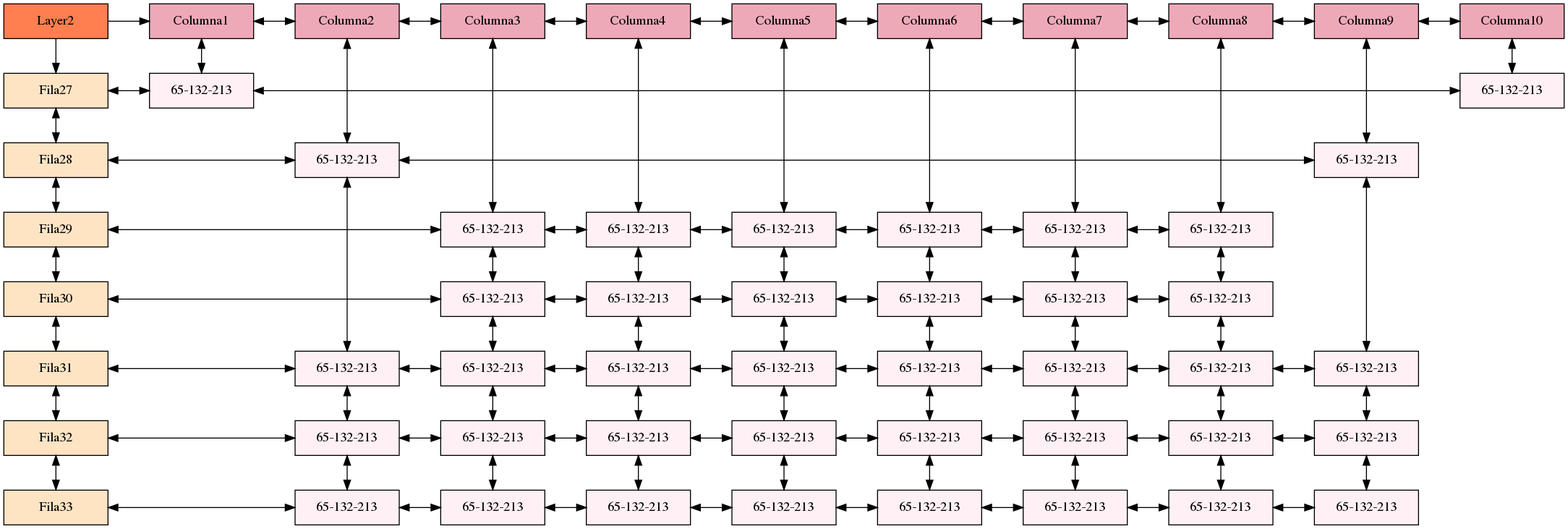
Above: Matrix_minionLayer2.png in JPineda12/EDD_2S2019_PY1_201404405 (Graphviz), before the change. Its source is kept beside it as Matrix_minionLayer2.dot.
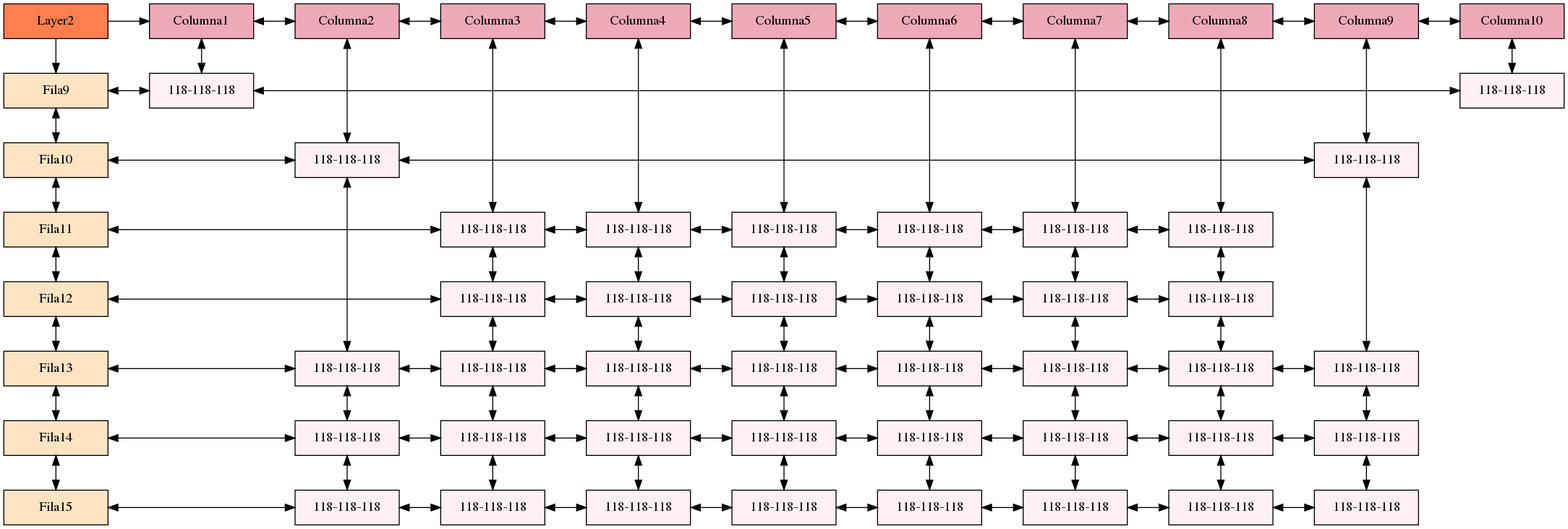
Later version of the same file.

Change to the diagram source:
```diff
@@ -4,20 +4,20 @@
 /* Group 0 para alinear verticalmente RAIZ*/
 Layer2[ label = "Layer2", width = 1.5, style = filled, fillcolor = coral, group = 0 ];
 
-Fila27 [label = "Fila27" width = 1.5 style = filled, fillcolor = bisque1, group = 0 ];
-Fila28 [label = "Fila28" width = 1.5 style = filled, fillcolor = bisque1, group = 0 ];
-Fila29 [label = "Fila29" width = 1.5 style = filled, fillcolor = bisque1, group = 0 ];
-Fila30 [label = "Fila30" width = 1.5 style = filled, fillcolor = bisque1, group = 0 ];
-Fila31 [label = "Fila31" width = 1.5 style = filled, fillcolor = bisque1, group = 0 ];
-Fila32 [label = "Fila32" width = 1.5 style = filled, fillcolor = bisque1, group = 0 ];
-Fila33 [label = "Fila33" width = 1.5 style = filled, fillcolor = bisque1, group = 0 ];
+Fila9 [label = "Fila9" width = 1.5 style = filled, fillcolor = bisque1, group = 0 ];
+Fila10 [label = "Fila10" width = 1.5 style = filled, fillcolor = bisque1, group = 0 ];
+Fila11 [label = "Fila11" width = 1.5 style = filled, fillcolor = bisque1, group = 0 ];
+Fila12 [label = "Fila12" width = 1.5 style = filled, fillcolor = bisque1, group = 0 ];
+Fila13 [label = "Fila13" width = 1.5 style = filled, fillcolor = bisque1, group = 0 ];
+Fila14 [label = "Fila14" width = 1.5 style = filled, fillcolor = bisque1, group = 0 ];
+Fila15 [label = "Fila15" width = 1.5 style = filled, fillcolor = bisque1, group = 0 ];
 
-Fila27->Fila28 [dir = both];
-Fila28->Fila29 [dir = both];
-Fila29->Fila30 [dir = both];
-Fila30->Fila31 [dir = both];
-Fila31->Fila32 [dir = both];
-Fila32->Fila33 [dir = both];
+Fila9->Fila10 [dir = both];
+Fila10->Fila11 [dir = both];
+Fila11->Fila12 [dir = both];
+Fila12->Fila13 [dir = both];
+Fila13->Fila14 [dir = both];
+Fila14->Fila15 [dir = both];
 
 Column1[label = "Columna1" width = 1.5 style = filled, fillcolor = pink2, group = 2];
 Column2[label = "Columna2" width = 1.5 style = filled, fillcolor = pink2, group = 3];
@@ -43,148 +43,148 @@
 {rank = same; Layer2; Column1;  Column2;  Column3;  Column4;  Column5;  Column6;  Column7;  Column8;  Column9;  Column10; };
 
 Layer2->Column1;
-Layer2->Fila27;
+Layer2->Fila9;
 
-N1_F27 [label = "65-132-213" width = 1.5 group = 2 style = filled, fillcolor = lavenderblush1];
-N10_F27 [label = "65-132-213" width = 1.5 group = 11 style = filled, fillcolor = lavenderblush1];
+N1_F9 [label = "118-118-118" width = 1.5 group = 2 style = filled, fillcolor = lavenderblush1];
+N10_F9 [label = "118-118-118" width = 1.5 group = 11 style = filled, fillcolor = lavenderblush1];
 
-N2_F28 [label = "65-132-213" width = 1.5 group = 3 style = filled, fillcolor = lavenderblush1];
-N9_F28 [label = "65-132-213" width = 1.5 group = 10 style = filled, fillcolor = lavenderblush1];
+N2_F10 [label = "118-118-118" width = 1.5 group = 3 style = filled, fillcolor = lavenderblush1];
+N9_F10 [label = "118-118-118" width = 1.5 group = 10 style = filled, fillcolor = lavenderblush1];
 
-N3_F29 [label = "65-132-213" width = 1.5 group = 4 style = filled, fillcolor = lavenderblush1];
-N4_F29 [label = "65-132-213" width = 1.5 group = 5 style = filled, fillcolor = lavenderblush1];
-N5_F29 [label = "65-132-213" width = 1.5 group = 6 style = filled, fillcolor = lavenderblush1];
-N6_F29 [label = "65-132-213" width = 1.5 group = 7 style = filled, fillcolor = lavenderblush1];
-N7_F29 [label = "65-132-213" width = 1.5 group = 8 style = filled, fillcolor = lavenderblush1];
-N8_F29 [label = "65-132-213" width = 1.5 group = 9 style = filled, fillcolor = lavenderblush1];
+N3_F11 [label = "118-118-118" width = 1.5 group = 4 style = filled, fillcolor = lavenderblush1];
+N4_F11 [label = "118-118-118" width = 1.5 group = 5 style = filled, fillcolor = lavenderblush1];
+N5_F11 [label = "118-118-118" width = 1.5 group = 6 style = filled, fillcolor = lavenderblush1];
+N6_F11 [label = "118-118-118" width = 1.5 group = 7 style = filled, fillcolor = lavenderblush1];
+N7_F11 [label = "118-118-118" width = 1.5 group = 8 style = filled, fillcolor = lavenderblush1];
+N8_F11 [label = "118-118-118" width = 1.5 group = 9 style = filled, fillcolor = lavenderblush1];
 
-N3_F30 [label = "65-132-213" width = 1.5 group = 4 style = filled, fillcolor = lavenderblush1];
-N4_F30 [label = "65-132-213" width = 1.5 group = 5 style = filled, fillcolor = lavenderblush1];
-N5_F30 [label = "65-132-213" width = 1.5 group = 6 style = filled, fillcolor = lavenderblush1];
-N6_F30 [label = "65-132-213" width = 1.5 group = 7 style = filled, fillcolor = lavenderblush1];
-N7_F30 [label = "65-132-213" width = 1.5 group = 8 style = filled, fillcolor = lavenderblush1];
-N8_F30 [label = "65-132-213" width = 1.5 group = 9 style = filled, fillcolor = lavenderblush1];
+N3_F12 [label = "118-118-118" width = 1.5 group = 4 style = filled, fillcolor = lavenderblush1];
+N4_F12 [label = "118-118-118" width = 1.5 group = 5 style = filled, fillcolor = lavenderblush1];
+N5_F12 [label = "118-118-118" width = 1.5 group = 6 style = filled, fillcolor = lavenderblush1];
+N6_F12 [label = "118-118-118" width = 1.5 group = 7 style = filled, fillcolor = lavenderblush1];
+N7_F12 [label = "118-118-118" width = 1.5 group = 8 style = filled, fillcolor = lavenderblush1];
+N8_F12 [label = "118-118-118" width = 1.5 group = 9 style = filled, fillcolor = lavenderblush1];
 
-N2_F31 [label = "65-132-213" width = 1.5 group = 3 style = filled, fillcolor = lavenderblush1];
-N3_F31 [label = "65-132-213" width = 1.5 group = 4 style = filled, fillcolor = lavenderblush1];
-N4_F31 [label = "65-132-213" width = 1.5 group = 5 style = filled, fillcolor = lavenderblush1];
-N5_F31 [label = "65-132-213" width = 1.5 group = 6 style = filled, fillcolor = lavenderblush1];
-N6_F31 [label = "65-132-213" width = 1.5 group = 7 style = filled, fillcolor = lavenderblush1];
-N7_F31 [label = "65-132-213" width = 1.5 group = 8 style = filled, fillcolor = lavenderblush1];
-N8_F31 [label = "65-132-213" width = 1.5 group = 9 style = filled, fillcolor = lavenderblush1];
-N9_F31 [label = "65-132-213" width = 1.5 group = 10 style = filled, fillcolor = lavenderblush1];
+N2_F13 [label = "118-118-118" width = 1.5 group = 3 style = filled, fillcolor = lavenderblush1];
+N3_F13 [label = "118-118-118" width = 1.5 group = 4 style = filled, fillcolor = lavenderblush1];
+N4_F13 [label = "118-118-118" width = 1.5 group = 5 style = filled, fillcolor = lavenderblush1];
+N5_F13 [label = "118-118-118" width = 1.5 group = 6 style = filled, fillcolor = lavenderblush1];
+N6_F13 [label = "118-118-118" width = 1.5 group = 7 style = filled, fillcolor = lavenderblush1];
+N7_F13 [label = "118-118-118" width = 1.5 group = 8 style = filled, fillcolor = lavenderblush1];
+N8_F13 [label = "118-118-118" width = 1.5 group = 9 style = filled, fillcolor = lavenderblush1];
+N9_F13 [label = "118-118-118" width = 1.5 group = 10 style = filled, fillcolor = lavenderblush1];
 
-N2_F32 [label = "65-132-213" width = 1.5 group = 3 style = filled, fillcolor = lavenderblush1];
-N3_F32 [label = "65-132-213" width = 1.5 group = 4 style = filled, fillcolor = lavenderblush1];
-N4_F32 [label = "65-132-213" width = 1.5 group = 5 style = filled, fillcolor = lavenderblush1];
-N5_F32 [label = "65-132-213" width = 1.5 group = 6 style = filled, fillcolor = lavenderblush1];
-N6_F32 [label = "65-132-213" width = 1.5 group = 7 style = filled, fillcolor = lavenderblush1];
-N7_F32 [label = "65-132-213" width = 1.5 group = 8 style = filled, fillcolor = lavenderblush1];
-N8_F32 [label = "65-132-213" width = 1.5 group = 9 style = filled, fillcolor = lavenderblush1];
-N9_F32 [label = "65-132-213" width = 1.5 group = 10 style = filled, fillcolor = lavenderblush1];
+N2_F14 [label = "118-118-118" width = 1.5 group = 3 style = filled, fillcolor = lavenderblush1];
+N3_F14 [label = "118-118-118" width = 1.5 group = 4 style = filled, fillcolor = lavenderblush1];
+N4_F14 [label = "118-118-118" width = 1.5 group = 5 style = filled, fillcolor = lavenderblush1];
+N5_F14 [label = "118-118-118" width = 1.5 group = 6 style = filled, fillcolor = lavenderblush1];
+N6_F14 [label = "118-118-118" width = 1.5 group = 7 style = filled, fillcolor = lavenderblush1];
+N7_F14 [label = "118-118-118" width = 1.5 group = 8 style = filled, fillcolor = lavenderblush1];
+N8_F14 [label = "118-118-118" width = 1.5 group = 9 style = filled, fillcolor = lavenderblush1];
+N9_F14 [label = "118-118-118" width = 1.5 group = 10 style = filled, fillcolor = lavenderblush1];
 
-N2_F33 [label = "65-132-213" width = 1.5 group = 3 style = filled, fillcolor = lavenderblush1];
-N3_F33 [label = "65-132-213" width = 1.5 group = 4 style = filled, fillcolor = lavenderblush1];
-N4_F33 [label = "65-132-213" width = 1.5 group = 5 style = filled, fillcolor = lavenderblush1];
-N5_F33 [label = "65-132-213" width = 1.5 group = 6 style = filled, fillcolor = lavenderblush1];
-N6_F33 [label = "65-132-213" width = 1.5 group = 7 style = filled, fillcolor = lavenderblush1];
-N7_F33 [label = "65-132-213" width = 1.5 group = 8 style = filled, fillcolor = lavenderblush1];
-N8_F33 [label = "65-132-213" width = 1.5 group = 9 style = filled, fillcolor = lavenderblush1];
-N9_F33 [label = "65-132-213" width = 1.5 group = 10 style = filled, fillcolor = lavenderblush1];
+N2_F15 [label = "118-118-118" width = 1.5 group = 3 style = filled, fillcolor = lavenderblush1];
+N3_F15 [label = "118-118-118" width = 1.5 group = 4 style = filled, fillcolor = lavenderblush1];
+N4_F15 [label = "118-118-118" width = 1.5 group = 5 style = filled, fillcolor = lavenderblush1];
+N5_F15 [label = "118-118-118" width = 1.5 group = 6 style = filled, fillcolor = lavenderblush1];
+N6_F15 [label = "118-118-118" width = 1.5 group = 7 style = filled, fillcolor = lavenderblush1];
+N7_F15 [label = "118-118-118" width = 1.5 group = 8 style = filled, fillcolor = lavenderblush1];
+N8_F15 [label = "118-118-118" width = 1.5 group = 9 style = filled, fillcolor = lavenderblush1];
+N9_F15 [label = "118-118-118" width = 1.5 group = 10 style = filled, fillcolor = lavenderblush1];
 
 
-Column1->N1_F27 [dir = both];
-Fila27->N1_F27 [dir = both];
-N1_F27->N10_F27 [dir = both];
-Column10->N10_F27 [dir = both];
-{rank = same; Fila27; N1_F27; N10_F27;  };
+Column1->N1_F9 [dir = both];
+Fila9->N1_F9 [dir = both];
+N1_F9->N10_F9 [dir = both];
+Column10->N10_F9 [dir = both];
+{rank = same; Fila9; N1_F9; N10_F9;  };
 
-Column2->N2_F28 [dir = both];
-Fila28->N2_F28 [dir = both];
-N2_F28->N9_F28 [dir = both];
-Column9->N9_F28 [dir = both];
-{rank = same; Fila28; N2_F28; N9_F28;  };
+Column2->N2_F10 [dir = both];
+Fila10->N2_F10 [dir = both];
+N2_F10->N9_F10 [dir = both];
+Column9->N9_F10 [dir = both];
+{rank = same; Fila10; N2_F10; N9_F10;  };
 
-Column3->N3_F29 [dir = both];
-Fila29->N3_F29 [dir = both];
-N3_F29->N4_F29 [dir = both];
-Column4->N4_F29 [dir = both];
-N4_F29->N5_F29 [dir = both];
-Column5->N5_F29 [dir = both];
-N5_F29->N6_F29 [dir = both];
-Column6->N6_F29 [dir = both];
-N6_F29->N7_F29 [dir = both];
-Column7->N7_F29 [dir = both];
-N7_F29->N8_F29 [dir = both];
-Column8->N8_F29 [dir = both];
-{rank = same; Fila29; N3_F29; N4_F29; N5_F29; N6_F29; N7_F29; N8_F29;  };
+Column3->N3_F11 [dir = both];
+Fila11->N3_F11 [dir = both];
+N3_F11->N4_F11 [dir = both];
+Column4->N4_F11 [dir = both];
+N4_F11->N5_F11 [dir = both];
+Column5->N5_F11 [dir = both];
+N5_F11->N6_F11 [dir = both];
+Column6->N6_F11 [dir = both];
+N6_F11->N7_F11 [dir = both];
+Column7->N7_F11 [dir = both];
+N7_F11->N8_F11 [dir = both];
+Column8->N8_F11 [dir = both];
+{rank = same; Fila11; N3_F11; N4_F11; N5_F11; N6_F11; N7_F11; N8_F11;  };
 
-N3_F30->N3_F29 [dir = both];
-Fila30->N3_F30 [dir = both];
-N3_F30->N4_F30 [dir = both];
-N4_F30->N4_F29 [dir = both];
-N4_F30->N5_F30 [dir = both];
-N5_F30->N5_F29 [dir = both];
-N5_F30->N6_F30 [dir = both];
-N6_F30->N6_F29 [dir = both];
-N6_F30->N7_F30 [dir = both];
-N7_F30->N7_F29 [dir = both];
-N7_F30->N8_F30 [dir = both];
-N8_F30->N8_F29 [dir = both];
-{rank = same; Fila30; N3_F30; N4_F30; N5_F30; N6_F30; N7_F30; N8_F30;  };
+N3_F12->N3_F11 [dir = both];
+Fila12->N3_F12 [dir = both];
+N3_F12->N4_F12 [dir = both];
+N4_F12->N4_F11 [dir = both];
+N4_F12->N5_F12 [dir = both];
+N5_F12->N5_F11 [dir = both];
+N5_F12->N6_F12 [dir = both];
+N6_F12->N6_F11 [dir = both];
+N6_F12->N7_F12 [dir = both];
+N7_F12->N7_F11 [dir = both];
+N7_F12->N8_F12 [dir = both];
+N8_F12->N8_F11 [dir = both];
+{rank = same; Fila12; N3_F12; N4_F12; N5_F12; N6_F12; N7_F12; N8_F12;  };
 
-N2_F31->N2_F28 [dir = both];
-Fila31->N2_F31 [dir = both];
-N2_F31->N3_F31 [dir = both];
-N3_F31->N3_F30 [dir = both];
-N3_F31->N4_F31 [dir = both];
-N4_F31->N4_F30 [dir = both];
-N4_F31->N5_F31 [dir = both];
-N5_F31->N5_F30 [dir = both];
-N5_F31->N6_F31 [dir = both];
-N6_F31->N6_F30 [dir = both];
-N6_F31->N7_F31 [dir = both];
-N7_F31->N7_F30 [dir = both];
-N7_F31->N8_F31 [dir = both];
-N8_F31->N8_F30 [dir = both];
-N8_F31->N9_F31 [dir = both];
-N9_F31->N9_F28 [dir = both];
-{rank = same; Fila31; N2_F31; N3_F31; N4_F31; N5_F31; N6_F31; N7_F31; N8_F31; N9_F31;  };
+N2_F13->N2_F10 [dir = both];
+Fila13->N2_F13 [dir = both];
+N2_F13->N3_F13 [dir = both];
+N3_F13->N3_F12 [dir = both];
+N3_F13->N4_F13 [dir = both];
+N4_F13->N4_F12 [dir = both];
+N4_F13->N5_F13 [dir = both];
+N5_F13->N5_F12 [dir = both];
+N5_F13->N6_F13 [dir = both];
+N6_F13->N6_F12 [dir = both];
+N6_F13->N7_F13 [dir = both];
+N7_F13->N7_F12 [dir = both];
+N7_F13->N8_F13 [dir = both];
+N8_F13->N8_F12 [dir = both];
+N8_F13->N9_F13 [dir = both];
+N9_F13->N9_F10 [dir = both];
+{rank = same; Fila13; N2_F13; N3_F13; N4_F13; N5_F13; N6_F13; N7_F13; N8_F13; N9_F13;  };
 
-N2_F32->N2_F31 [dir = both];
-Fila32->N2_F32 [dir = both];
-N2_F32->N3_F32 [dir = both];
-N3_F32->N3_F31 [dir = both];
-N3_F32->N4_F32 [dir = both];
-N4_F32->N4_F31 [dir = both];
-N4_F32->N5_F32 [dir = both];
-N5_F32->N5_F31 [dir = both];
-N5_F32->N6_F32 [dir = both];
-N6_F32->N6_F31 [dir = both];
-N6_F32->N7_F32 [dir = both];
-N7_F32->N7_F31 [dir = both];
-N7_F32->N8_F32 [dir = both];
-N8_F32->N8_F31 [dir = both];
-N8_F32->N9_F32 [dir = both];
-N9_F32->N9_F31 [dir = both];
-{rank = same; Fila32; N2_F32; N3_F32; N4_F32; N5_F32; N6_F32; N7_F32; N8_F32; N9_F32;  };
+N2_F14->N2_F13 [dir = both];
+Fila14->N2_F14 [dir = both];
+N2_F14->N3_F14 [dir = both];
+N3_F14->N3_F13 [dir = both];
+N3_F14->N4_F14 [dir = both];
+N4_F14->N4_F13 [dir = both];
+N4_F14->N5_F14 [dir = both];
+N5_F14->N5_F13 [dir = both];
+N5_F14->N6_F14 [dir = both];
+N6_F14->N6_F13 [dir = both];
+N6_F14->N7_F14 [dir = both];
+N7_F14->N7_F13 [dir = both];
+N7_F14->N8_F14 [dir = both];
+N8_F14->N8_F13 [dir = both];
+N8_F14->N9_F14 [dir = both];
+N9_F14->N9_F13 [dir = both];
+{rank = same; Fila14; N2_F14; N3_F14; N4_F14; N5_F14; N6_F14; N7_F14; N8_F14; N9_F14;  };
 
-N2_F33->N2_F32 [dir = both];
-Fila33->N2_F33 [dir = both];
-N2_F33->N3_F33 [dir = both];
-N3_F33->N3_F32 [dir = both];
-N3_F33->N4_F33 [dir = both];
-N4_F33->N4_F32 [dir = both];
-N4_F33->N5_F33 [dir = both];
-N5_F33->N5_F32 [dir = both];
-N5_F33->N6_F33 [dir = both];
-N6_F33->N6_F32 [dir = both];
-N6_F33->N7_F33 [dir = both];
-N7_F33->N7_F32 [dir = both];
-N7_F33->N8_F33 [dir = both];
-N8_F33->N8_F32 [dir = both];
-N8_F33->N9_F33 [dir = both];
-N9_F33->N9_F32 [dir = both];
-{rank = same; Fila33; N2_F33; N3_F33; N4_F33; N5_F33; N6_F33; N7_F33; N8_F33; N9_F33;  };
+N2_F15->N2_F14 [dir = both];
+Fila15->N2_F15 [dir = both];
+N2_F15->N3_F15 [dir = both];
+N3_F15->N3_F14 [dir = both];
+N3_F15->N4_F15 [dir = both];
+N4_F15->N4_F14 [dir = both];
+N4_F15->N5_F15 [dir = both];
+N5_F15->N5_F14 [dir = both];
+N5_F15->N6_F15 [dir = both];
+N6_F15->N6_F14 [dir = both];
+N6_F15->N7_F15 [dir = both];
+N7_F15->N7_F14 [dir = both];
+N7_F15->N8_F15 [dir = both];
+N8_F15->N8_F14 [dir = both];
+N8_F15->N9_F15 [dir = both];
+N9_F15->N9_F14 [dir = both];
+{rank = same; Fila15; N2_F15; N3_F15; N4_F15; N5_F15; N6_F15; N7_F15; N8_F15; N9_F15;  };
 
 }
```
